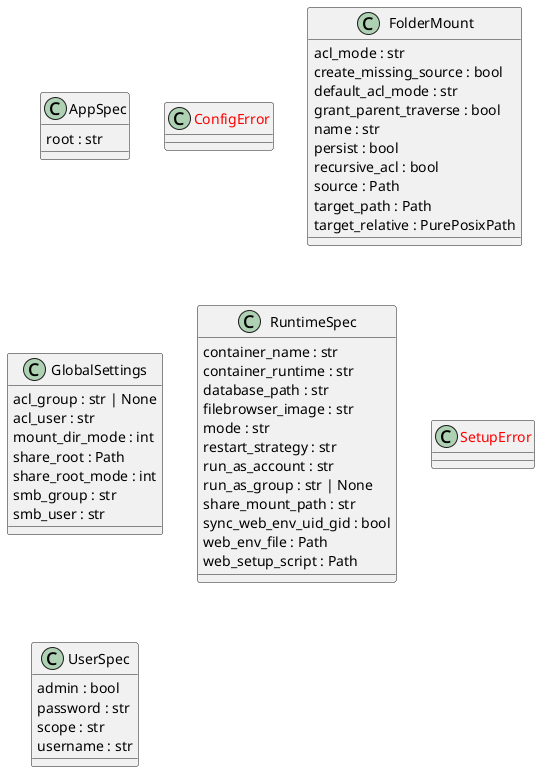
casonk/snowbridge keeps this PlantUML diagram as docs/diagrams/python-classes.puml.png. Above is the earlier version.
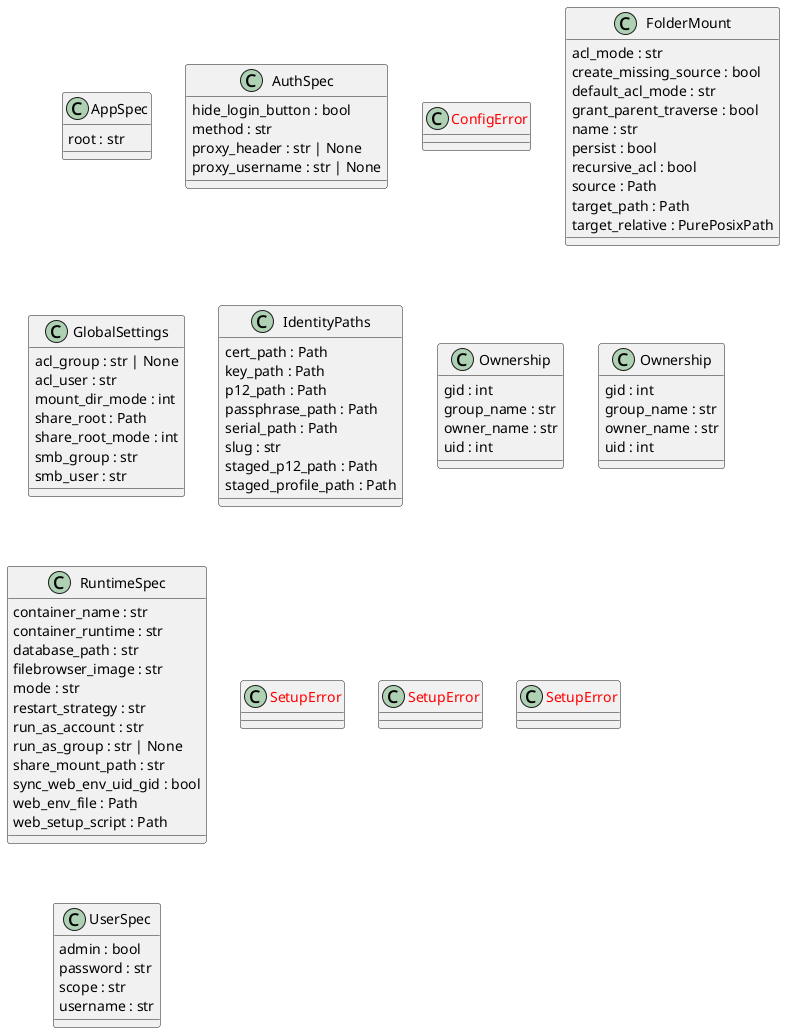
The same file after the commit.

Change to the diagram source:
```diff
@@ -2,6 +2,12 @@
 set namespaceSeparator none
 class "AppSpec" as setup_filebrowser_access.AppSpec {
   root : str
+}
+class "AuthSpec" as setup_filebrowser_access.AuthSpec {
+  hide_login_button : bool
+  method : str
+  proxy_header : str | None
+  proxy_username : str | None
 }
 class "<color:red>ConfigError</color>" as setup_bind_share.ConfigError {
 }
@@ -26,6 +32,28 @@
   smb_group : str
   smb_user : str
 }
+class "IdentityPaths" as export_caddy_mtls_profile.IdentityPaths {
+  cert_path : Path
+  key_path : Path
+  p12_path : Path
+  passphrase_path : Path
+  serial_path : Path
+  slug : str
+  staged_p12_path : Path
+  staged_profile_path : Path
+}
+class "Ownership" as export_caddy_mtls_profile.Ownership {
+  gid : int
+  group_name : str
+  owner_name : str
+  uid : int
+}
+class "Ownership" as export_caddy_root_profile.Ownership {
+  gid : int
+  group_name : str
+  owner_name : str
+  uid : int
+}
 class "RuntimeSpec" as setup_filebrowser_access.RuntimeSpec {
   container_name : str
   container_runtime : str
@@ -40,6 +68,10 @@
   web_env_file : Path
   web_setup_script : Path
 }
+class "<color:red>SetupError</color>" as export_caddy_mtls_profile.SetupError {
+}
+class "<color:red>SetupError</color>" as export_caddy_root_profile.SetupError {
+}
 class "<color:red>SetupError</color>" as setup_filebrowser_access.SetupError {
 }
 class "UserSpec" as setup_filebrowser_access.UserSpec {
```
